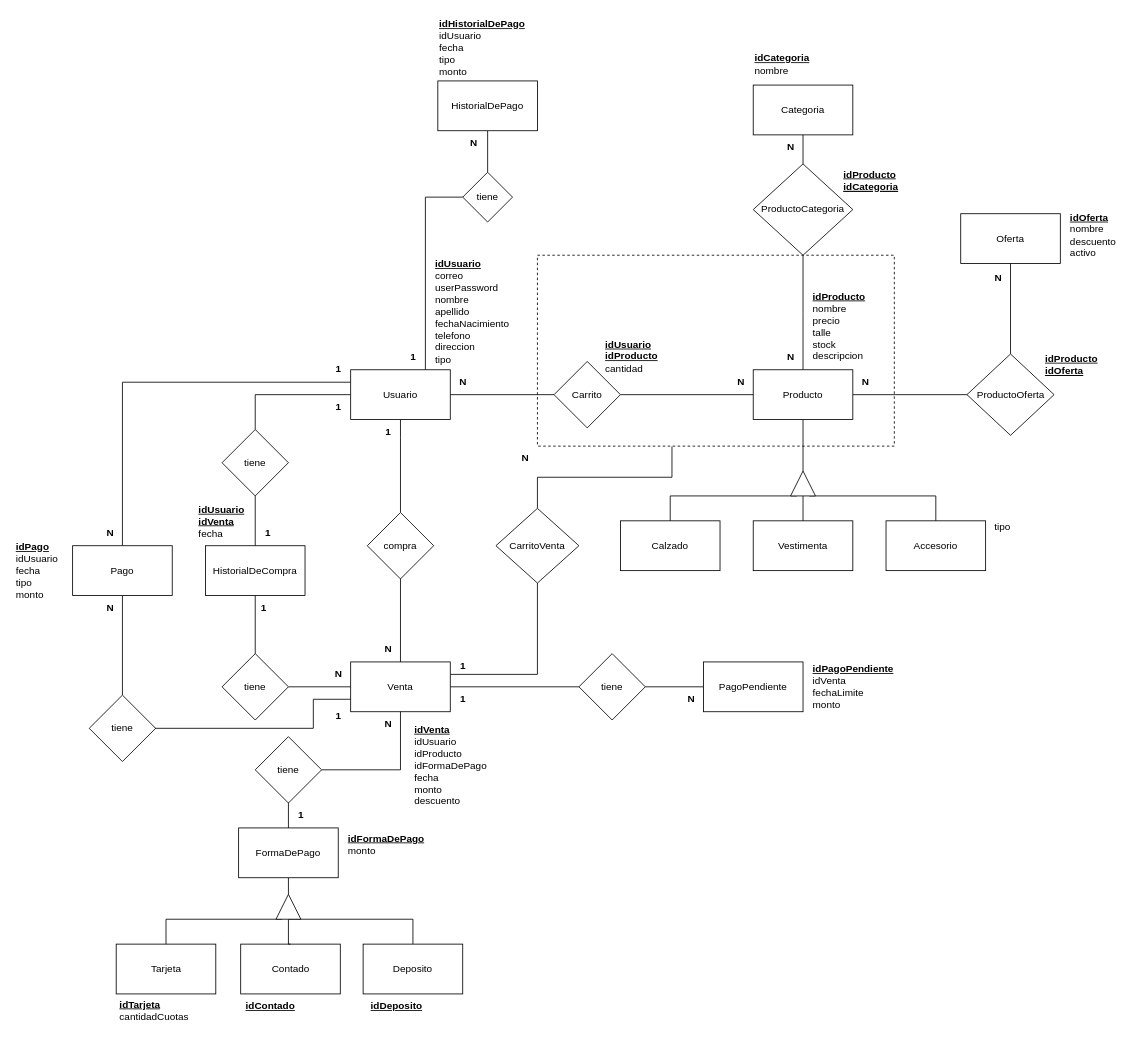
Before: documentacion-Ecommerce/MEREcommerce.drawio in YolausGG/ProyectosReact-TrocheGodoy, a draw.io diagram. Source tidied: cells renumbered, new cells numbered last; positions are measured from the earlier drawing's top-left corner, leaving out a move shared by most shapes. Both pictures are drawn from the tidied source at 83%, with x=0, y=0 at pixel (14, 14).
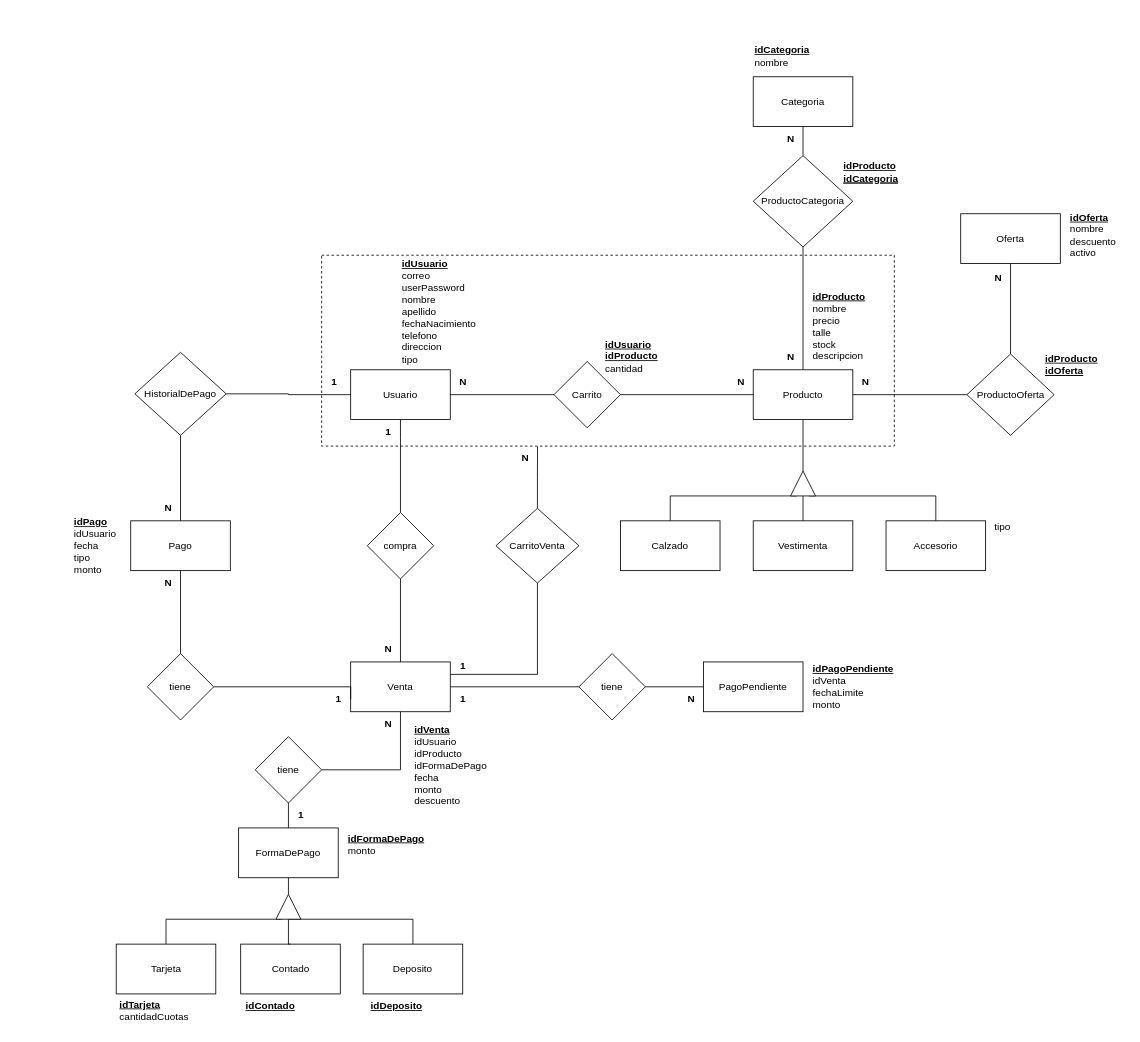
The same diagram, later.

The change refers to these unchanged cells:
```xml
<mxCell id="8" value="Usuario" style="rounded=0;whiteSpace=wrap;html=1;" parent="1" vertex="1">
  <mxGeometry x="405" y="428" width="120" height="60" as="geometry" />
</mxCell>
<mxCell id="12" value="Venta" style="whiteSpace=wrap;html=1;" parent="1" vertex="1">
  <mxGeometry x="405" y="780" width="120" height="60" as="geometry" />
</mxCell>
```

Diff of the diagram source:
```diff
@@
-    <mxCell id="5" style="edgeStyle=orthogonalEdgeStyle;rounded=0;jettySize=auto;html=1;endArrow=none;endFill=0;entryX=0.5;entryY=0;entryDx=0;entryDy=0;" parent="1" edge="1" source="8" target="28">
-      <mxGeometry relative="1" as="geometry">
-        <Array as="points">
-          <mxPoint x="290" y="458" />
-        </Array>
-      </mxGeometry>
-    </mxCell>
-    <mxCell id="6" style="edgeStyle=orthogonalEdgeStyle;rounded=0;jettySize=auto;html=1;exitX=0.5;exitY=0;exitDx=0;exitDy=0;entryX=0.5;entryY=1;entryDx=0;entryDy=0;endArrow=none;endFill=0;" parent="1" edge="1" source="84" target="82">
-      <mxGeometry relative="1" as="geometry" />
-    </mxCell>
-    <mxCell id="7" style="edgeStyle=orthogonalEdgeStyle;rounded=0;jettySize=auto;html=1;exitX=0;exitY=0.25;exitDx=0;exitDy=0;entryX=0.5;entryY=0;entryDx=0;entryDy=0;endArrow=none;endFill=0;" parent="1" edge="1" source="8" target="91">
-      <mxGeometry relative="1" as="geometry" />
-    </mxCell>
@@
-    <mxCell id="13" style="edgeStyle=orthogonalEdgeStyle;rounded=0;jettySize=auto;html=1;entryX=0;entryY=0.5;entryDx=0;entryDy=0;endArrow=none;endFill=0;exitX=1;exitY=0.5;exitDx=0;exitDy=0;" parent="1" edge="1" source="26" target="12">
-      <mxGeometry relative="1" as="geometry" />
-    </mxCell>
@@
-    <mxCell id="22" value="N" style="text;html=1;align=center;verticalAlign=middle;strokeColor=none;fillColor=none;fontStyle=1;" parent="1" vertex="1">
-      <mxGeometry x="375" y="780" width="30" height="30" as="geometry" />
-    </mxCell>
-    <mxCell id="23" value="1" style="text;html=1;align=center;verticalAlign=middle;strokeColor=none;fillColor=none;fontStyle=1;" parent="1" vertex="1">
-      <mxGeometry x="375" y="458" width="30" height="30" as="geometry" />
-    </mxCell>
-    <mxCell id="24" value="HistorialDeCompra" style="rounded=0;whiteSpace=wrap;html=1;" parent="1" vertex="1">
-      <mxGeometry x="230" y="640" width="120" height="60" as="geometry" />
-    </mxCell>
-    <mxCell id="25" style="edgeStyle=orthogonalEdgeStyle;rounded=0;jettySize=auto;html=1;entryX=0.5;entryY=1;entryDx=0;entryDy=0;endArrow=none;endFill=0;" parent="1" edge="1" source="26" target="24">
-      <mxGeometry relative="1" as="geometry" />
-    </mxCell>
-    <mxCell id="26" value="tiene" style="rhombus;whiteSpace=wrap;html=1;" parent="1" vertex="1">
-      <mxGeometry x="250" y="770" width="80" height="80" as="geometry" />
-    </mxCell>
-    <mxCell id="27" style="edgeStyle=orthogonalEdgeStyle;rounded=0;jettySize=auto;html=1;entryX=0.5;entryY=0;entryDx=0;entryDy=0;endArrow=none;endFill=0;" parent="1" edge="1" source="28" target="24">
-      <mxGeometry relative="1" as="geometry" />
-    </mxCell>
-    <mxCell id="28" value="tiene" style="rhombus;whiteSpace=wrap;html=1;" parent="1" vertex="1">
-      <mxGeometry x="250" y="500" width="80" height="80" as="geometry" />
-    </mxCell>
-    <mxCell id="29" value="1" style="text;html=1;align=center;verticalAlign=middle;strokeColor=none;fillColor=none;fontStyle=1;" parent="1" vertex="1">
-      <mxGeometry x="285" y="700" width="30" height="30" as="geometry" />
-    </mxCell>
-    <mxCell id="30" value="1" style="text;html=1;align=center;verticalAlign=middle;strokeColor=none;fillColor=none;fontStyle=1;" parent="1" vertex="1">
-      <mxGeometry x="290" y="610" width="30" height="30" as="geometry" />
-    </mxCell>
@@
     <mxCell id="34" style="rounded=0;whiteSpace=wrap;html=1;dashed=1;fillColor=none;" parent="1" vertex="1">
-      <mxGeometry x="630" y="290" width="430" height="230" as="geometry" />
+      <mxGeometry x="370" y="290" width="690" height="230" as="geometry" />
     </mxCell>
@@
     <mxCell id="36" value="Categoria" style="rounded=0;whiteSpace=wrap;html=1;" parent="1" vertex="1">
-      <mxGeometry x="890" y="85" width="120" height="60" as="geometry" />
+      <mxGeometry x="890" y="75" width="120" height="60" as="geometry" />
     </mxCell>
@@
     <mxCell id="39" value="ProductoCategoria" style="rhombus;whiteSpace=wrap;html=1;" parent="1" vertex="1">
-      <mxGeometry x="890" y="180" width="120" height="110" as="geometry" />
+      <mxGeometry x="890" y="170" width="120" height="110" as="geometry" />
     </mxCell>
     <mxCell id="40" value="N" style="text;html=1;align=center;verticalAlign=middle;strokeColor=none;fillColor=none;fontStyle=1;" parent="1" vertex="1">
-      <mxGeometry x="920" y="145" width="30" height="30" as="geometry" />
+      <mxGeometry x="920" y="135" width="30" height="30" as="geometry" />
     </mxCell>
@@
     <mxCell id="44" value="&lt;div style=&quot;text-align: left;&quot;&gt;&lt;b style=&quot;background-color: initial;&quot;&gt;&lt;u&gt;idCategoria&lt;/u&gt;&lt;/b&gt;&lt;/div&gt;&lt;div style=&quot;text-align: left;&quot;&gt;&lt;span style=&quot;background-color: initial;&quot;&gt;nombre&lt;/span&gt;&lt;/div&gt;" style="text;html=1;strokeColor=none;fillColor=none;align=center;verticalAlign=middle;rounded=0;whiteSpace=wrap;" parent="1" vertex="1">
-      <mxGeometry x="900" y="50" width="50" height="20" as="geometry" />
+      <mxGeometry x="900" y="40" width="50" height="20" as="geometry" />
     </mxCell>
     <mxCell id="45" value="&lt;div style=&quot;&quot;&gt;&lt;div style=&quot;border-color: var(--border-color);&quot;&gt;&lt;b style=&quot;background-color: initial; border-color: var(--border-color);&quot;&gt;&lt;u style=&quot;border-color: var(--border-color);&quot;&gt;&lt;font style=&quot;border-color: var(--border-color);&quot;&gt;idProducto&lt;/font&gt;&lt;/u&gt;&lt;/b&gt;&lt;br&gt;&lt;/div&gt;&lt;div style=&quot;border-color: var(--border-color);&quot;&gt;&lt;b style=&quot;background-color: initial; border-color: var(--border-color);&quot;&gt;&lt;u style=&quot;border-color: var(--border-color);&quot;&gt;&lt;font style=&quot;border-color: var(--border-color);&quot;&gt;&lt;b style=&quot;border-color: var(--border-color); background-color: initial;&quot;&gt;&lt;u style=&quot;border-color: var(--border-color);&quot;&gt;idCategoria&lt;/u&gt;&lt;/b&gt;&lt;br&gt;&lt;/font&gt;&lt;/u&gt;&lt;/b&gt;&lt;/div&gt;&lt;/div&gt;" style="text;html=1;strokeColor=none;fillColor=none;align=left;verticalAlign=middle;whiteSpace=wrap;rounded=0;" parent="1" vertex="1">
-      <mxGeometry x="997" y="190" width="50" height="20" as="geometry" />
+      <mxGeometry x="997" y="180" width="50" height="20" as="geometry" />
     </mxCell>
@@
     <mxCell id="56" value="&lt;u&gt;idUsuario&lt;/u&gt;&lt;br&gt;&lt;span style=&quot;font-weight: normal;&quot;&gt;correo&lt;br&gt;userPassword&lt;/span&gt;&lt;br&gt;&lt;span style=&quot;font-weight: 400;&quot;&gt;nombre&lt;br&gt;&lt;/span&gt;&lt;span style=&quot;font-weight: normal;&quot;&gt;apellido&lt;/span&gt;&lt;br&gt;&lt;span style=&quot;font-weight: normal;&quot;&gt;fechaNacimiento&lt;/span&gt;&lt;br&gt;&lt;span style=&quot;font-weight: normal;&quot;&gt;telefono&lt;br&gt;direccion&lt;br&gt;tipo&lt;/span&gt;&lt;br&gt;&lt;div style=&quot;font-weight: normal;&quot;&gt;&lt;/div&gt;" style="text;html=1;strokeColor=none;fillColor=none;align=left;verticalAlign=middle;whiteSpace=wrap;rounded=0;fontStyle=1;" parent="1" vertex="1">
-      <mxGeometry x="505" y="318" width="95" height="80" as="geometry" />
+      <mxGeometry x="465" y="318" width="95" height="80" as="geometry" />
     </mxCell>
@@
-    <mxCell id="79" value="&lt;font style=&quot;font-size: 12px;&quot;&gt;&lt;b&gt;&lt;u&gt;idUsuario&lt;/u&gt;&lt;/b&gt;&lt;br&gt;&lt;u style=&quot;font-weight: bold;&quot;&gt;idVenta&lt;br&gt;&lt;/u&gt;fecha&lt;br&gt;&lt;/font&gt;" style="text;html=1;strokeColor=none;fillColor=none;align=left;verticalAlign=middle;whiteSpace=wrap;rounded=0;" parent="1" vertex="1">
-      <mxGeometry x="220" y="590" width="65" height="42" as="geometry" />
-    </mxCell>
@@
-    <mxCell id="82" value="HistorialDePago" style="rounded=0;whiteSpace=wrap;html=1;" parent="1" vertex="1">
-      <mxGeometry x="510" y="80" width="120" height="60" as="geometry" />
-    </mxCell>
-    <mxCell id="83" style="edgeStyle=orthogonalEdgeStyle;rounded=0;jettySize=auto;html=1;exitX=0.75;exitY=0;exitDx=0;exitDy=0;entryX=0;entryY=0.5;entryDx=0;entryDy=0;endArrow=none;endFill=0;" parent="1" edge="1" source="8" target="84">
-      <mxGeometry relative="1" as="geometry">
-        <Array as="points">
-          <mxPoint x="495" y="220" />
-        </Array>
-      </mxGeometry>
-    </mxCell>
-    <mxCell id="84" value="tiene" style="rhombus;whiteSpace=wrap;html=1;" parent="1" vertex="1">
-      <mxGeometry x="540" y="190" width="60" height="60" as="geometry" />
-    </mxCell>
     <mxCell id="85" value="1" style="text;html=1;align=center;verticalAlign=middle;strokeColor=none;fillColor=none;fontStyle=1;" parent="1" vertex="1">
-      <mxGeometry x="465" y="398" width="30" height="30" as="geometry" />
+      <mxGeometry x="370" y="428" width="30" height="30" as="geometry" />
     </mxCell>
-    <mxCell id="86" value="N" style="text;html=1;align=center;verticalAlign=middle;strokeColor=none;fillColor=none;fontStyle=1;" parent="1" vertex="1">
-      <mxGeometry x="537.5" y="140" width="30" height="30" as="geometry" />
-    </mxCell>
@@
     <mxCell id="91" value="Pago" style="rounded=0;whiteSpace=wrap;html=1;" parent="1" vertex="1">
-      <mxGeometry x="70" y="640" width="120" height="60" as="geometry" />
+      <mxGeometry x="140" y="610" width="120" height="60" as="geometry" />
     </mxCell>
     <mxCell id="92" style="edgeStyle=orthogonalEdgeStyle;rounded=0;jettySize=auto;html=1;exitX=0;exitY=0.75;exitDx=0;exitDy=0;entryX=1;entryY=0.5;entryDx=0;entryDy=0;endArrow=none;endFill=0;" parent="1" edge="1" source="12" target="93">
       <mxGeometry relative="1" as="geometry">
         <Array as="points">
-          <mxPoint x="360" y="825" />
-          <mxPoint x="360" y="860" />
-          <mxPoint x="130" y="860" />
+          <mxPoint x="405" y="810" />
         </Array>
       </mxGeometry>
     </mxCell>
     <mxCell id="93" value="tiene" style="rhombus;whiteSpace=wrap;html=1;" parent="1" vertex="1">
-      <mxGeometry x="90" y="820" width="80" height="80" as="geometry" />
+      <mxGeometry x="160" y="770" width="80" height="80" as="geometry" />
     </mxCell>
     <mxCell id="94" value="1" style="text;html=1;align=center;verticalAlign=middle;strokeColor=none;fillColor=none;fontStyle=1;" parent="1" vertex="1">
-      <mxGeometry x="375" y="830" width="30" height="30" as="geometry" />
+      <mxGeometry x="375" y="810" width="30" height="30" as="geometry" />
     </mxCell>
     <mxCell id="95" value="N" style="text;html=1;align=center;verticalAlign=middle;strokeColor=none;fillColor=none;fontStyle=1;" parent="1" vertex="1">
-      <mxGeometry x="100" y="700" width="30" height="30" as="geometry" />
+      <mxGeometry x="170" y="670" width="30" height="30" as="geometry" />
     </mxCell>
-    <mxCell id="96" value="N" style="text;html=1;align=center;verticalAlign=middle;strokeColor=none;fillColor=none;fontStyle=1;" parent="1" vertex="1">
-      <mxGeometry x="100" y="610" width="30" height="30" as="geometry" />
-    </mxCell>
-    <mxCell id="97" value="1" style="text;html=1;align=center;verticalAlign=middle;strokeColor=none;fillColor=none;fontStyle=1;" parent="1" vertex="1">
-      <mxGeometry x="375" y="412" width="30" height="30" as="geometry" />
-    </mxCell>
-    <mxCell id="98" value="&lt;u&gt;idHistorialDePago&lt;/u&gt;&lt;br style=&quot;border-color: var(--border-color); font-weight: 400;&quot;&gt;&lt;span style=&quot;font-weight: 400;&quot;&gt;idUsuario&lt;/span&gt;&lt;br style=&quot;border-color: var(--border-color); font-weight: 400;&quot;&gt;&lt;span style=&quot;font-weight: 400;&quot;&gt;fecha&lt;/span&gt;&lt;br style=&quot;border-color: var(--border-color); font-weight: 400;&quot;&gt;&lt;span style=&quot;font-weight: 400;&quot;&gt;tipo&lt;/span&gt;&lt;br style=&quot;border-color: var(--border-color); font-weight: 400;&quot;&gt;&lt;span style=&quot;font-weight: 400;&quot;&gt;monto&lt;/span&gt;&lt;br&gt;&lt;div style=&quot;font-weight: normal;&quot;&gt;&lt;/div&gt;" style="text;html=1;strokeColor=none;fillColor=none;align=left;verticalAlign=middle;whiteSpace=wrap;rounded=0;fontStyle=1;" parent="1" vertex="1">
-      <mxGeometry x="510" width="95" height="80" as="geometry" />
-    </mxCell>
     <mxCell id="99" value="&lt;u&gt;idPago&lt;/u&gt;&lt;br style=&quot;border-color: var(--border-color); font-weight: 400;&quot;&gt;&lt;span style=&quot;font-weight: 400;&quot;&gt;idUsuario&lt;/span&gt;&lt;br style=&quot;border-color: var(--border-color); font-weight: 400;&quot;&gt;&lt;span style=&quot;font-weight: 400;&quot;&gt;fecha&lt;br&gt;&lt;/span&gt;&lt;span style=&quot;font-weight: normal;&quot;&gt;tipo&lt;/span&gt;&lt;br style=&quot;border-color: var(--border-color); font-weight: 400;&quot;&gt;&lt;span style=&quot;font-weight: 400;&quot;&gt;monto&lt;/span&gt;&lt;br&gt;&lt;div style=&quot;font-weight: normal;&quot;&gt;&lt;/div&gt;" style="text;html=1;strokeColor=none;fillColor=none;align=left;verticalAlign=middle;whiteSpace=wrap;rounded=0;fontStyle=1;" parent="1" vertex="1">
-      <mxGeometry y="630" width="60" height="80" as="geometry" />
+      <mxGeometry x="70" y="600" width="60" height="80" as="geometry" />
     </mxCell>
@@
+    <mxCell id="105" style="edgeStyle=orthogonalEdgeStyle;rounded=0;jettySize=auto;html=1;exitX=0.5;exitY=0;exitDx=0;exitDy=0;entryX=0.5;entryY=1;entryDx=0;entryDy=0;endArrow=none;endFill=0;" parent="1" edge="1" source="91" target="82">
+      <mxGeometry relative="1" as="geometry" />
+    </mxCell>
+    <mxCell id="106" style="edgeStyle=orthogonalEdgeStyle;rounded=0;jettySize=auto;html=1;exitX=1;exitY=0.5;exitDx=0;exitDy=0;entryX=0;entryY=0.5;entryDx=0;entryDy=0;endArrow=none;endFill=0;" parent="1" edge="1" source="82" target="8">
+      <mxGeometry relative="1" as="geometry" />
+    </mxCell>
+    <mxCell id="82" value="HistorialDePago" style="rhombus;whiteSpace=wrap;html=1;" parent="1" vertex="1">
+      <mxGeometry x="145" y="407" width="110" height="100" as="geometry" />
+    </mxCell>
+    <mxCell id="107" value="N" style="text;html=1;align=center;verticalAlign=middle;strokeColor=none;fillColor=none;fontStyle=1;" parent="1" vertex="1">
+      <mxGeometry x="170" y="580" width="30" height="30" as="geometry" />
+    </mxCell>
```
